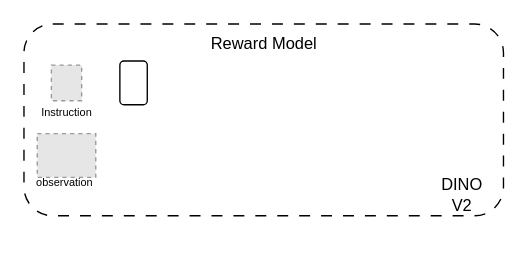
The draw.io diagram 方法主图.drawio in oplisty/APE, before the edit. Source tidied: cells renumbered, new cells numbered last; positions are measured from the earlier drawing's top-left corner, leaving out a move shared by most shapes. Both pictures are drawn from the tidied source at 137%, with x=0, y=0 at pixel (23, 23). Pictures stored in the file or linked from it are replaced by grey dashed boxes.
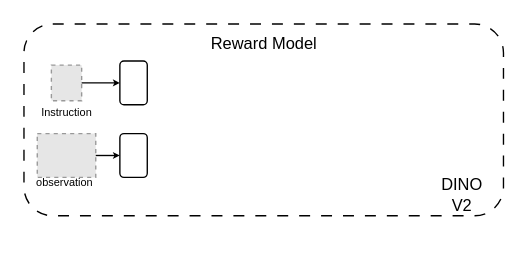
The same diagram, later.

Commit message (it also covers changes not shown here):
更新方法主图.drawio

What changed in the source:
```diff
@@
 <mxGraphModel>
   <root>
     <mxCell id="0" />
     <mxCell id="1" parent="0" />
     <mxCell id="2" style="rounded=1;whiteSpace=wrap;html=1;dashed=1;dashPattern=8 8;" parent="1" vertex="1">
       <mxGeometry width="350" height="140" as="geometry" />
     </mxCell>
     <mxCell id="3" value="Reward Model" style="text;html=1;whiteSpace=wrap;strokeColor=none;fillColor=none;align=center;verticalAlign=middle;rounded=0;" parent="1" vertex="1">
       <mxGeometry x="112.5" width="125" height="30" as="geometry" />
     </mxCell>
     <mxCell id="4" style="fillColor=#E6E6E6;strokeColor=#999999;dashed=1;verticalLabelPosition=bottom;labelBackgroundColor=default;verticalAlign=top;" parent="1" vertex="1">
       <mxGeometry x="20" y="30" width="22.1" height="26" as="geometry" />
     </mxCell>
     <mxCell id="5" value="&lt;font style=&quot;font-size: 8px;&quot;&gt;Instruction&lt;/font&gt;" style="text;html=1;whiteSpace=wrap;strokeColor=none;fillColor=none;align=center;verticalAlign=middle;rounded=0;" parent="1" vertex="1">
       <mxGeometry x="11.6" y="56" width="39" height="16" as="geometry" />
     </mxCell>
     <mxCell id="6" style="fillColor=#E6E6E6;strokeColor=#999999;dashed=1;verticalLabelPosition=bottom;labelBackgroundColor=default;verticalAlign=top;" parent="1" vertex="1">
       <mxGeometry x="9.7" y="80" width="42.7" height="32" as="geometry" />
     </mxCell>
     <mxCell id="7" value="&lt;font style=&quot;font-size: 8px;&quot;&gt;observation&lt;/font&gt;" style="text;html=1;whiteSpace=wrap;strokeColor=none;fillColor=none;align=center;verticalAlign=middle;rounded=0;" parent="1" vertex="1">
       <mxGeometry y="100" width="60" height="30" as="geometry" />
     </mxCell>
     <mxCell id="8" style="rounded=1;whiteSpace=wrap;html=1;" parent="1" vertex="1">
       <mxGeometry x="70" y="27" width="20" height="32" as="geometry" />
     </mxCell>
     <mxCell id="9" value="DINO V2" style="text;html=1;whiteSpace=wrap;strokeColor=none;fillColor=none;align=center;verticalAlign=middle;rounded=0;direction=south;" parent="1" vertex="1">
       <mxGeometry x="305" y="95" width="30" height="60" as="geometry" />
     </mxCell>
+    <mxCell id="10" style="endArrow=classic;html=1;rounded=0;exitX=1;exitY=0.5;exitDx=0;exitDy=0;entryX=0;entryY=0.5;entryDx=0;entryDy=0;endSize=2;" parent="1" edge="1" source="4" target="8">
+      <mxGeometry relative="1" as="geometry" />
+    </mxCell>
+    <mxCell id="11" style="rounded=1;whiteSpace=wrap;html=1;" parent="1" vertex="1">
+      <mxGeometry x="70" y="80" width="20" height="32" as="geometry" />
+    </mxCell>
+    <mxCell id="12" style="endArrow=classic;html=1;rounded=0;exitX=1;exitY=0.5;exitDx=0;exitDy=0;entryX=0;entryY=0.5;entryDx=0;entryDy=0;endSize=2;" parent="1" edge="1" source="6" target="11">
+      <mxGeometry relative="1" as="geometry" />
+    </mxCell>
   </root>
 </mxGraphModel>
```
